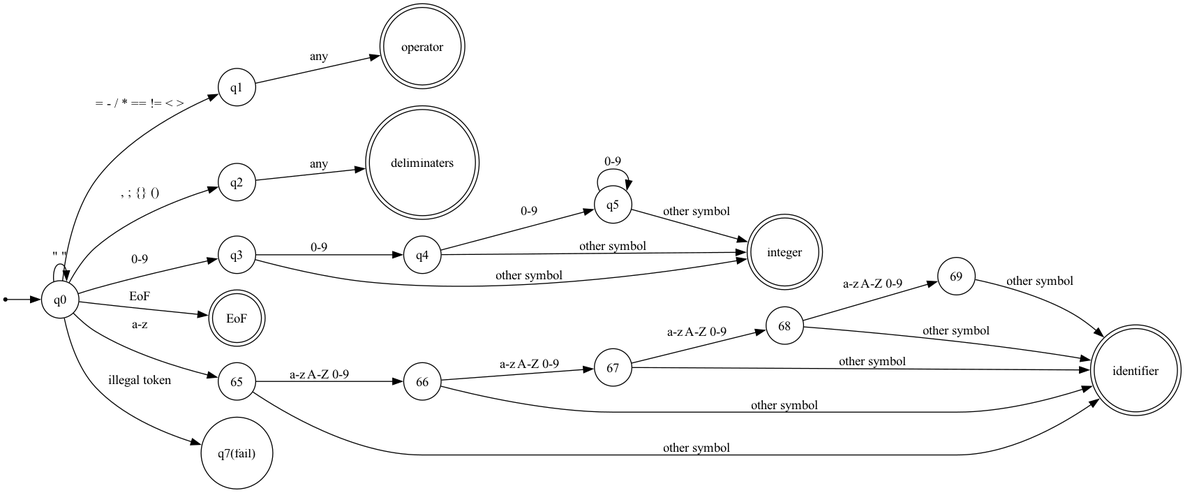
Above: DFA/dfa.png in yangster67/W4115hw1 (Graphviz), before the change. Its source is kept beside it as DFA/dfa.gv.
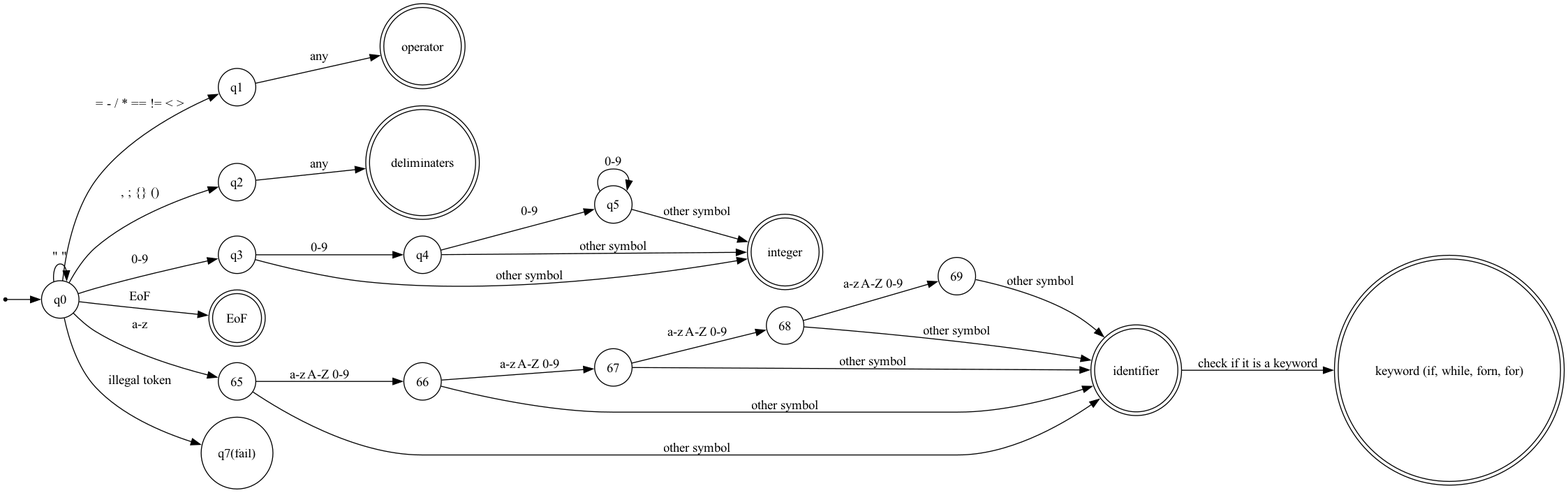
After the commit.

What changed in the source:
```diff
@@ -11,6 +11,7 @@
     node [shape = doublecircle, label="deliminaters", fontsize = 14] q12;
     node [shape = doublecircle, label="integer", fontsize = 14] q13;
 
+    node [shape = doublecircle, label="keyword (if, while, forn, for)", fontsize = 14] q_keyword;
 
     node [shape = circle, label="65", fontsize = 14] q65;
     node [shape = circle, label="66", fontsize = 14] q66;
@@ -58,4 +59,7 @@
     q67 -> q_id [label = "other symbol"]
     q68 -> q_id [label = "other symbol"]
     q69 -> q_id [label = "other symbol"]
+
+
+    q_id -> q_keyword [label = "check if it is a keyword"]
 }
```
